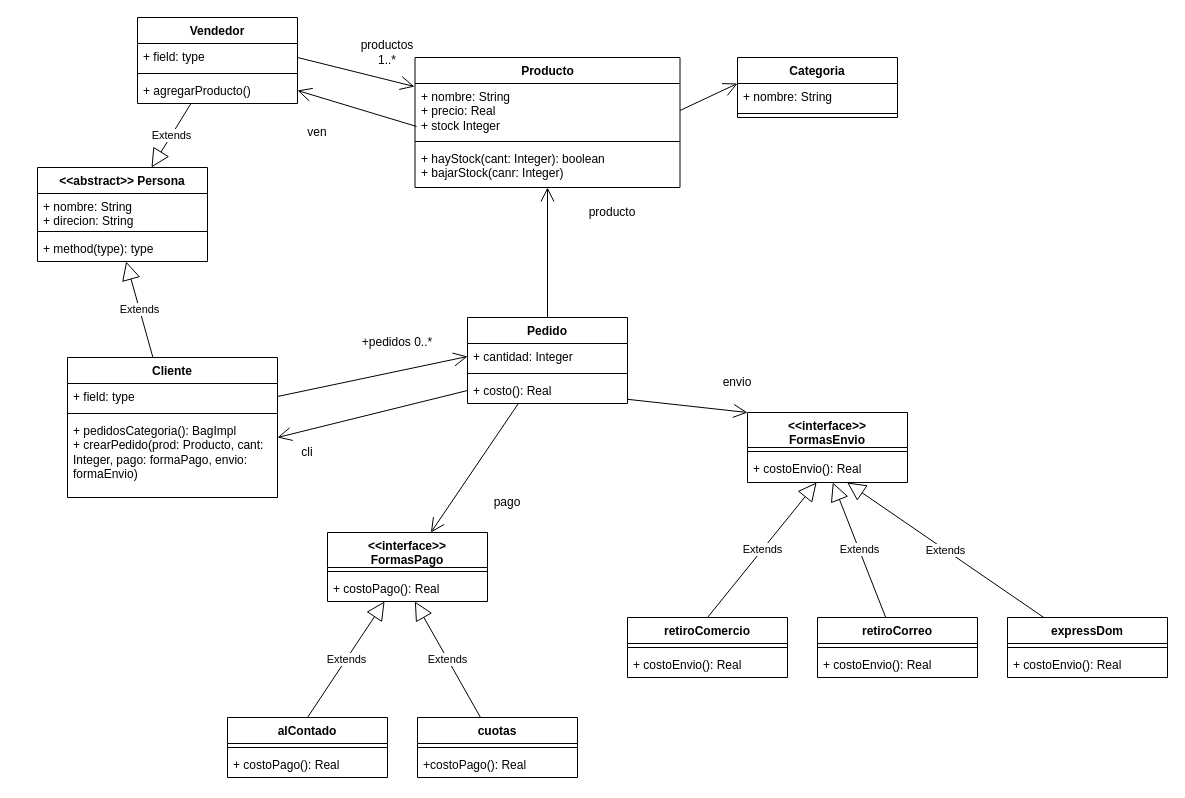
Earlier version of the draw.io diagram ProyMavenBase/P5E23/Ej23.drawio (fremn88/OO1_2024). Source tidied: cells renumbered, new cells numbered last; positions are measured from the earlier drawing's top-left corner, leaving out a move shared by most shapes. Both pictures are drawn from the tidied source at 100%, with x=0, y=0 at pixel (37, 17).
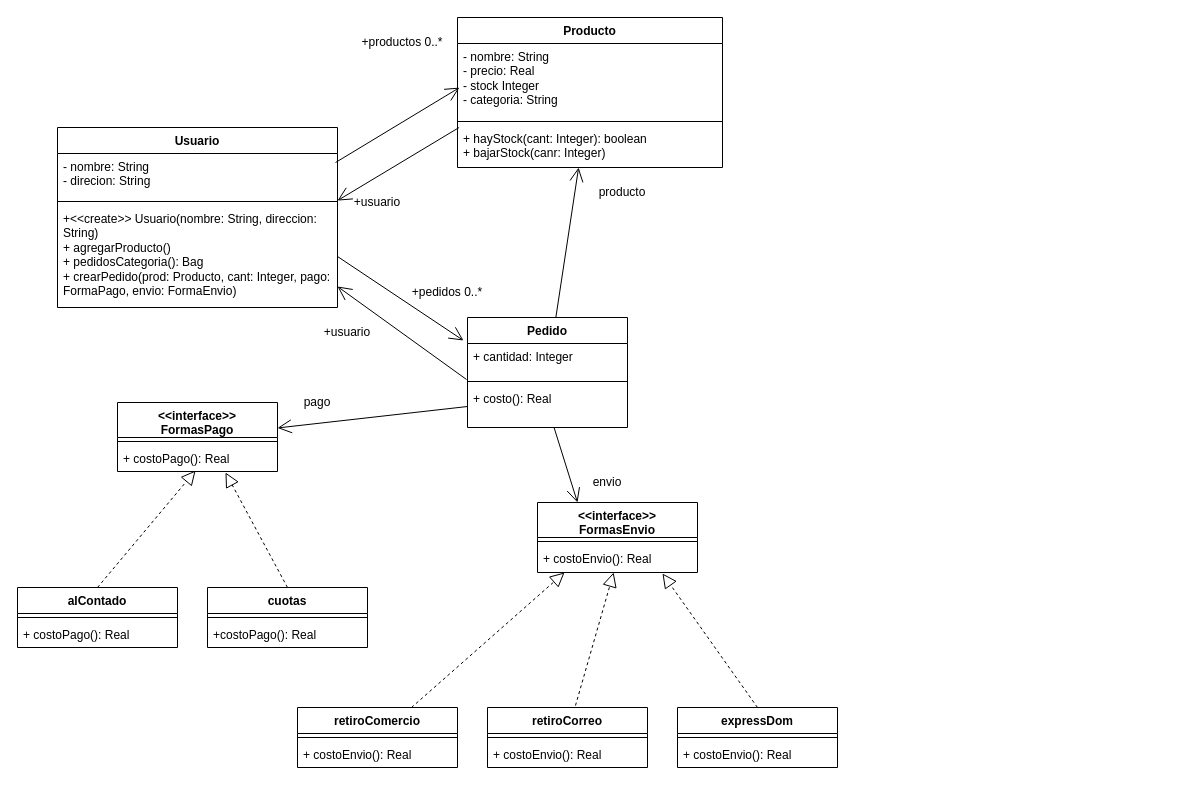
After the change.

Unchanged cells that the change refers to:
```xml
<mxCell id="26" value="+ costoPago(): Real" style="text;strokeColor=none;fillColor=none;align=left;verticalAlign=top;spacingLeft=4;spacingRight=4;overflow=hidden;points=[[0,0.5],[1,0.5]];portConstraint=eastwest;whiteSpace=wrap;html=1;" parent="24" vertex="1">
  <mxGeometry y="43" width="160" height="26" as="geometry" />
</mxCell>
<mxCell id="37" value="+ costoEnvio(): Real" style="text;strokeColor=none;fillColor=none;align=left;verticalAlign=top;spacingLeft=4;spacingRight=4;overflow=hidden;points=[[0,0.5],[1,0.5]];portConstraint=eastwest;whiteSpace=wrap;html=1;" parent="35" vertex="1">
  <mxGeometry y="43" width="160" height="27" as="geometry" />
</mxCell>
```

Change to the diagram source:
```diff
@@
-    <mxCell id="2" value="&amp;lt;&amp;lt;abstract&amp;gt;&amp;gt; Persona" style="swimlane;fontStyle=1;align=center;verticalAlign=top;horizontal=1;startSize=26;whiteSpace=wrap;html=1;" parent="1" vertex="1">
-      <mxGeometry y="150" width="170" height="94" as="geometry" />
+    <mxCell id="2" value="Usuario" style="swimlane;fontStyle=1;align=center;verticalAlign=top;horizontal=1;startSize=26;whiteSpace=wrap;html=1;" parent="1" vertex="1">
+      <mxGeometry x="20" y="110" width="280" height="180" as="geometry" />
     </mxCell>
-    <mxCell id="3" value="+ nombre: String&lt;br&gt;+ direcion: String" style="text;strokeColor=none;fillColor=none;align=left;verticalAlign=top;spacingLeft=4;spacingRight=4;overflow=hidden;points=[[0,0.5],[1,0.5]];portConstraint=eastwest;whiteSpace=wrap;html=1;" parent="2" vertex="1">
-      <mxGeometry y="26" width="170" height="34" as="geometry" />
+    <mxCell id="3" value="- nombre: String&lt;br&gt;- direcion: String" style="text;strokeColor=none;fillColor=none;align=left;verticalAlign=top;spacingLeft=4;spacingRight=4;overflow=hidden;points=[[0,0.5],[1,0.5]];portConstraint=eastwest;whiteSpace=wrap;html=1;" parent="2" vertex="1">
+      <mxGeometry y="26" width="280" height="44" as="geometry" />
     </mxCell>
     <mxCell id="4" style="line;strokeWidth=1;fillColor=none;align=left;verticalAlign=middle;spacingTop=-1;spacingLeft=3;spacingRight=3;labelPosition=right;strokeColor=inherit;" parent="2" vertex="1">
-      <mxGeometry y="60" width="170" height="8" as="geometry" />
+      <mxGeometry y="70" width="280" height="8" as="geometry" />
     </mxCell>
-    <mxCell id="5" value="+ method(type): type" style="text;strokeColor=none;fillColor=none;align=left;verticalAlign=top;spacingLeft=4;spacingRight=4;overflow=hidden;points=[[0,0.5],[1,0.5]];portConstraint=eastwest;whiteSpace=wrap;html=1;" parent="2" vertex="1">
-      <mxGeometry y="68" width="170" height="26" as="geometry" />
+    <mxCell id="5" value="+&amp;lt;&amp;lt;create&amp;gt;&amp;gt; Usuario(nombre: String, direccion: String)&lt;br&gt;+ agregarProducto()&lt;br&gt;+ pedidosCategoria(): Bag&lt;br&gt;+ crearPedido(prod: Producto, cant: Integer, pago: FormaPago, envio: FormaEnvio)" style="text;strokeColor=none;fillColor=none;align=left;verticalAlign=top;spacingLeft=4;spacingRight=4;overflow=hidden;points=[[0,0.5],[1,0.5]];portConstraint=eastwest;whiteSpace=wrap;html=1;" parent="2" vertex="1">
+      <mxGeometry y="78" width="280" height="102" as="geometry" />
     </mxCell>
-    <mxCell id="6" value="Vendedor" style="swimlane;fontStyle=1;align=center;verticalAlign=top;horizontal=1;startSize=26;whiteSpace=wrap;html=1;" parent="1" vertex="1">
-      <mxGeometry x="100" width="160" height="86" as="geometry" />
-    </mxCell>
-    <mxCell id="7" value="+ field: type" style="text;strokeColor=none;fillColor=none;align=left;verticalAlign=top;spacingLeft=4;spacingRight=4;overflow=hidden;points=[[0,0.5],[1,0.5]];portConstraint=eastwest;whiteSpace=wrap;html=1;" parent="6" vertex="1">
-      <mxGeometry y="26" width="160" height="26" as="geometry" />
-    </mxCell>
-    <mxCell id="8" style="line;strokeWidth=1;fillColor=none;align=left;verticalAlign=middle;spacingTop=-1;spacingLeft=3;spacingRight=3;labelPosition=right;strokeColor=inherit;" parent="6" vertex="1">
-      <mxGeometry y="52" width="160" height="8" as="geometry" />
-    </mxCell>
-    <mxCell id="9" value="+ agregarProducto()" style="text;strokeColor=none;fillColor=none;align=left;verticalAlign=top;spacingLeft=4;spacingRight=4;overflow=hidden;points=[[0,0.5],[1,0.5]];portConstraint=eastwest;whiteSpace=wrap;html=1;" parent="6" vertex="1">
-      <mxGeometry y="60" width="160" height="26" as="geometry" />
-    </mxCell>
-    <mxCell id="10" value="Cliente" style="swimlane;fontStyle=1;align=center;verticalAlign=top;horizontal=1;startSize=26;whiteSpace=wrap;html=1;" parent="1" vertex="1">
-      <mxGeometry x="30" y="340" width="210" height="140" as="geometry" />
-    </mxCell>
-    <mxCell id="11" value="+ field: type" style="text;strokeColor=none;fillColor=none;align=left;verticalAlign=top;spacingLeft=4;spacingRight=4;overflow=hidden;points=[[0,0.5],[1,0.5]];portConstraint=eastwest;whiteSpace=wrap;html=1;" parent="10" vertex="1">
-      <mxGeometry y="26" width="210" height="26" as="geometry" />
-    </mxCell>
-    <mxCell id="12" style="line;strokeWidth=1;fillColor=none;align=left;verticalAlign=middle;spacingTop=-1;spacingLeft=3;spacingRight=3;labelPosition=right;strokeColor=inherit;" parent="10" vertex="1">
-      <mxGeometry y="52" width="210" height="8" as="geometry" />
-    </mxCell>
-    <mxCell id="13" value="+ pedidosCategoria(): BagImpl&lt;br&gt;+ crearPedido(prod: Producto, cant: Integer, pago: formaPago, envio: formaEnvio)" style="text;strokeColor=none;fillColor=none;align=left;verticalAlign=top;spacingLeft=4;spacingRight=4;overflow=hidden;whiteSpace=wrap;html=1;" parent="10" vertex="1">
-      <mxGeometry y="60" width="210" height="80" as="geometry" />
-    </mxCell>
-    <mxCell id="14" value="Extends" style="endArrow=block;endSize=16;endFill=0;html=1;rounded=0;" parent="1" edge="1" source="10" target="5">
-      <mxGeometry relative="1" as="geometry" />
-    </mxCell>
-    <mxCell id="15" value="Extends" style="endArrow=block;endSize=16;endFill=0;html=1;rounded=0;" parent="1" edge="1" source="6" target="2">
-      <mxGeometry relative="1" as="geometry" />
-    </mxCell>
     <mxCell id="16" value="Producto" style="swimlane;fontStyle=1;align=center;verticalAlign=top;horizontal=1;startSize=26;whiteSpace=wrap;html=1;" parent="1" vertex="1">
-      <mxGeometry x="377.5" y="40" width="265" height="130" as="geometry" />
+      <mxGeometry x="420" width="265" height="150" as="geometry" />
     </mxCell>
-    <mxCell id="17" value="+ nombre: String&lt;br&gt;+ precio: Real&lt;br&gt;+ stock Integer" style="text;strokeColor=none;fillColor=none;align=left;verticalAlign=top;spacingLeft=4;spacingRight=4;overflow=hidden;points=[[0,0.5],[1,0.5]];portConstraint=eastwest;whiteSpace=wrap;html=1;" parent="16" vertex="1">
-      <mxGeometry y="26" width="265" height="54" as="geometry" />
+    <mxCell id="17" value="- nombre: String&lt;br&gt;- precio: Real&lt;br&gt;- stock Integer&lt;br&gt;- categoria: String" style="text;strokeColor=none;fillColor=none;align=left;verticalAlign=top;spacingLeft=4;spacingRight=4;overflow=hidden;points=[[0,0.5],[1,0.5]];portConstraint=eastwest;whiteSpace=wrap;html=1;" parent="16" vertex="1">
+      <mxGeometry y="26" width="265" height="74" as="geometry" />
     </mxCell>
     <mxCell id="18" style="line;strokeWidth=1;fillColor=none;align=left;verticalAlign=middle;spacingTop=-1;spacingLeft=3;spacingRight=3;labelPosition=right;strokeColor=inherit;" parent="16" vertex="1">
-      <mxGeometry y="80" width="265" height="8" as="geometry" />
+      <mxGeometry y="100" width="265" height="8" as="geometry" />
     </mxCell>
     <mxCell id="19" value="+ hayStock(cant: Integer): boolean&lt;br&gt;+ bajarStock(canr: Integer)" style="text;strokeColor=none;fillColor=none;align=left;verticalAlign=top;spacingLeft=4;spacingRight=4;overflow=hidden;whiteSpace=wrap;html=1;" parent="16" vertex="1">
-      <mxGeometry y="88" width="265" height="42" as="geometry" />
+      <mxGeometry y="108" width="265" height="42" as="geometry" />
     </mxCell>
     <mxCell id="20" value="Pedido" style="swimlane;fontStyle=1;align=center;verticalAlign=top;horizontal=1;startSize=26;whiteSpace=wrap;html=1;" parent="1" vertex="1">
-      <mxGeometry x="430" y="300" width="160" height="86" as="geometry" />
+      <mxGeometry x="430" y="300" width="160" height="110" as="geometry" />
     </mxCell>
     <mxCell id="21" value="+ cantidad: Integer" style="text;strokeColor=none;fillColor=none;align=left;verticalAlign=top;spacingLeft=4;spacingRight=4;overflow=hidden;points=[[0,0.5],[1,0.5]];portConstraint=eastwest;whiteSpace=wrap;html=1;" parent="20" vertex="1">
-      <mxGeometry y="26" width="160" height="26" as="geometry" />
+      <mxGeometry y="26" width="160" height="34" as="geometry" />
     </mxCell>
     <mxCell id="22" style="line;strokeWidth=1;fillColor=none;align=left;verticalAlign=middle;spacingTop=-1;spacingLeft=3;spacingRight=3;labelPosition=right;strokeColor=inherit;" parent="20" vertex="1">
-      <mxGeometry y="52" width="160" height="8" as="geometry" />
+      <mxGeometry y="60" width="160" height="8" as="geometry" />
     </mxCell>
     <mxCell id="23" value="+ costo(): Real" style="text;strokeColor=none;fillColor=none;align=left;verticalAlign=top;spacingLeft=4;spacingRight=4;overflow=hidden;points=[[0,0.5],[1,0.5]];portConstraint=eastwest;whiteSpace=wrap;html=1;" parent="20" vertex="1">
-      <mxGeometry y="60" width="160" height="26" as="geometry" />
+      <mxGeometry y="68" width="160" height="42" as="geometry" />
     </mxCell>
     <mxCell id="24" value="&amp;lt;&amp;lt;interface&amp;gt;&amp;gt; &lt;br&gt;FormasPago" style="swimlane;fontStyle=1;align=center;verticalAlign=top;horizontal=1;startSize=35;whiteSpace=wrap;html=1;" parent="1" vertex="1">
-      <mxGeometry x="290" y="515" width="160" height="69" as="geometry" />
+      <mxGeometry x="80" y="385" width="160" height="69" as="geometry" />
     </mxCell>
@@
     <mxCell id="27" value="alContado" style="swimlane;fontStyle=1;align=center;verticalAlign=top;horizontal=1;startSize=26;whiteSpace=wrap;html=1;" parent="1" vertex="1">
-      <mxGeometry x="190" y="700" width="160" height="60" as="geometry" />
+      <mxGeometry x="-20" y="570" width="160" height="60" as="geometry" />
     </mxCell>
@@
     <mxCell id="30" value="cuotas" style="swimlane;fontStyle=1;align=center;verticalAlign=top;horizontal=1;startSize=26;whiteSpace=wrap;html=1;" parent="1" vertex="1">
-      <mxGeometry x="380" y="700" width="160" height="60" as="geometry" />
+      <mxGeometry x="170" y="570" width="160" height="60" as="geometry" />
     </mxCell>
@@
-    <mxCell id="33" value="Extends" style="endArrow=block;endSize=16;endFill=0;html=1;rounded=0;exitX=0.5;exitY=0;exitDx=0;exitDy=0;" parent="1" edge="1" source="27" target="24">
-      <mxGeometry relative="1" as="geometry" />
-    </mxCell>
-    <mxCell id="34" value="Extends" style="endArrow=block;endSize=16;endFill=0;html=1;rounded=0;" parent="1" edge="1" source="30" target="26">
-      <mxGeometry relative="1" as="geometry" />
-    </mxCell>
     <mxCell id="35" value="&amp;lt;&amp;lt;interface&amp;gt;&amp;gt;&lt;br&gt;FormasEnvio" style="swimlane;fontStyle=1;align=center;verticalAlign=top;horizontal=1;startSize=35;whiteSpace=wrap;html=1;" parent="1" vertex="1">
-      <mxGeometry x="710" y="395" width="160" height="70" as="geometry" />
+      <mxGeometry x="500" y="485" width="160" height="70" as="geometry" />
     </mxCell>
@@
     <mxCell id="38" value="retiroComercio" style="swimlane;fontStyle=1;align=center;verticalAlign=top;horizontal=1;startSize=26;whiteSpace=wrap;html=1;" parent="1" vertex="1">
-      <mxGeometry x="590" y="600" width="160" height="60" as="geometry" />
+      <mxGeometry x="260" y="690" width="160" height="60" as="geometry" />
     </mxCell>
@@
     <mxCell id="41" value="retiroCorreo" style="swimlane;fontStyle=1;align=center;verticalAlign=top;horizontal=1;startSize=26;whiteSpace=wrap;html=1;" parent="1" vertex="1">
-      <mxGeometry x="780" y="600" width="160" height="60" as="geometry" />
+      <mxGeometry x="450" y="690" width="160" height="60" as="geometry" />
     </mxCell>
@@
-    <mxCell id="44" value="Extends" style="endArrow=block;endSize=16;endFill=0;html=1;rounded=0;exitX=0.5;exitY=0;exitDx=0;exitDy=0;" parent="1" edge="1" source="38" target="37">
-      <mxGeometry relative="1" as="geometry" />
-    </mxCell>
-    <mxCell id="45" value="Extends" style="endArrow=block;endSize=16;endFill=0;html=1;rounded=0;" parent="1" edge="1" source="41" target="37">
-      <mxGeometry relative="1" as="geometry" />
-    </mxCell>
     <mxCell id="46" value="expressDom" style="swimlane;fontStyle=1;align=center;verticalAlign=top;horizontal=1;startSize=26;whiteSpace=wrap;html=1;" parent="1" vertex="1">
-      <mxGeometry x="970" y="600" width="160" height="60" as="geometry" />
+      <mxGeometry x="640" y="690" width="160" height="60" as="geometry" />
     </mxCell>
@@
-    <mxCell id="49" value="Extends" style="endArrow=block;endSize=16;endFill=0;html=1;rounded=0;" parent="1" edge="1" source="46" target="37">
-      <mxGeometry relative="1" as="geometry" />
-    </mxCell>
-    <mxCell id="50" style="endArrow=open;endFill=1;endSize=12;html=1;rounded=0;exitX=1;exitY=0.5;exitDx=0;exitDy=0;entryX=0;entryY=0.5;entryDx=0;entryDy=0;" parent="1" edge="1" source="11" target="21">
+    <mxCell id="50" style="endArrow=open;endFill=1;endSize=12;html=1;rounded=0;exitX=1;exitY=0.5;exitDx=0;exitDy=0;entryX=-0.025;entryY=-0.088;entryDx=0;entryDy=0;entryPerimeter=0;" parent="1" edge="1" source="5" target="21">
       <mxGeometry relative="1" as="geometry" />
     </mxCell>
     <mxCell id="51" value="+pedidos 0..*" style="text;strokeColor=none;align=center;fillColor=none;html=1;verticalAlign=middle;whiteSpace=wrap;rounded=0;" parent="1" vertex="1">
-      <mxGeometry x="320" y="310" width="80" height="30" as="geometry" />
+      <mxGeometry x="370" y="260" width="80" height="30" as="geometry" />
     </mxCell>
-    <mxCell id="52" style="endArrow=open;endFill=1;endSize=12;html=1;rounded=0;" parent="1" edge="1" source="20" target="24">
+    <mxCell id="52" style="endArrow=open;endFill=1;endSize=12;html=1;rounded=0;exitX=0;exitY=0.5;exitDx=0;exitDy=0;" parent="1" edge="1" source="23" target="24">
       <mxGeometry relative="1" as="geometry" />
     </mxCell>
     <mxCell id="53" value="pago" style="text;strokeColor=none;align=center;fillColor=none;html=1;verticalAlign=middle;whiteSpace=wrap;rounded=0;" parent="1" vertex="1">
-      <mxGeometry x="440" y="470" width="60" height="30" as="geometry" />
+      <mxGeometry x="250" y="370" width="60" height="30" as="geometry" />
     </mxCell>
@@
     <mxCell id="55" value="producto" style="text;strokeColor=none;align=center;fillColor=none;html=1;verticalAlign=middle;whiteSpace=wrap;rounded=0;" parent="1" vertex="1">
-      <mxGeometry x="530" y="180" width="90" height="30" as="geometry" />
+      <mxGeometry x="540" y="160" width="90" height="30" as="geometry" />
     </mxCell>
-    <mxCell id="56" style="endArrow=open;endFill=1;endSize=12;html=1;rounded=0;entryX=0;entryY=0;entryDx=0;entryDy=0;" parent="1" edge="1" source="23" target="35">
+    <mxCell id="56" style="endArrow=open;endFill=1;endSize=12;html=1;rounded=0;entryX=0.25;entryY=0;entryDx=0;entryDy=0;" parent="1" edge="1" source="23" target="35">
       <mxGeometry relative="1" as="geometry" />
     </mxCell>
     <mxCell id="57" value="envio" style="text;strokeColor=none;align=center;fillColor=none;html=1;verticalAlign=middle;whiteSpace=wrap;rounded=0;" parent="1" vertex="1">
-      <mxGeometry x="670" y="350" width="60" height="30" as="geometry" />
+      <mxGeometry x="540" y="450" width="60" height="30" as="geometry" />
     </mxCell>
-    <mxCell id="58" value="Categoria" style="swimlane;fontStyle=1;align=center;verticalAlign=top;horizontal=1;startSize=26;whiteSpace=wrap;html=1;" parent="1" vertex="1">
-      <mxGeometry x="700" y="40" width="160" height="60" as="geometry" />
-    </mxCell>
-    <mxCell id="59" value="+ nombre: String" style="text;strokeColor=none;fillColor=none;align=left;verticalAlign=top;spacingLeft=4;spacingRight=4;overflow=hidden;points=[[0,0.5],[1,0.5]];portConstraint=eastwest;whiteSpace=wrap;html=1;" parent="58" vertex="1">
-      <mxGeometry y="26" width="160" height="26" as="geometry" />
-    </mxCell>
-    <mxCell id="60" style="line;strokeWidth=1;fillColor=none;align=left;verticalAlign=middle;spacingTop=-1;spacingLeft=3;spacingRight=3;labelPosition=right;strokeColor=inherit;" parent="58" vertex="1">
-      <mxGeometry y="52" width="160" height="8" as="geometry" />
-    </mxCell>
-    <mxCell id="61" style="endArrow=open;endFill=1;endSize=12;html=1;rounded=0;exitX=1;exitY=0.5;exitDx=0;exitDy=0;entryX=0;entryY=0;entryDx=0;entryDy=0;entryPerimeter=0;" parent="1" edge="1" source="17" target="59">
-      <mxGeometry relative="1" as="geometry" />
-    </mxCell>
-    <mxCell id="62" style="endArrow=open;endFill=1;endSize=12;html=1;rounded=0;exitX=1;exitY=0.538;exitDx=0;exitDy=0;exitPerimeter=0;entryX=-0.002;entryY=0.056;entryDx=0;entryDy=0;entryPerimeter=0;" parent="1" edge="1" source="7" target="17">
-      <mxGeometry relative="1" as="geometry" />
+    <mxCell id="62" style="endArrow=open;endFill=1;endSize=12;html=1;rounded=0;entryX=-0.002;entryY=0.056;entryDx=0;entryDy=0;entryPerimeter=0;exitX=0.993;exitY=0.205;exitDx=0;exitDy=0;exitPerimeter=0;" parent="1" edge="1" source="3">
+      <mxGeometry relative="1" as="geometry">
+        <mxPoint x="422" y="70.1" as="targetPoint" />
+      </mxGeometry>
     </mxCell>
-    <mxCell id="63" value="productos 1..*" style="text;strokeColor=none;align=center;fillColor=none;html=1;verticalAlign=middle;whiteSpace=wrap;rounded=0;" parent="1" vertex="1">
-      <mxGeometry x="320" y="20" width="60" height="30" as="geometry" />
+    <mxCell id="63" value="+productos 0..*" style="text;strokeColor=none;align=center;fillColor=none;html=1;verticalAlign=middle;whiteSpace=wrap;rounded=0;" parent="1" vertex="1">
+      <mxGeometry x="320" y="10" width="90" height="30" as="geometry" />
     </mxCell>
-    <mxCell id="64" style="endArrow=open;endFill=1;endSize=12;html=1;rounded=0;exitX=0;exitY=0.5;exitDx=0;exitDy=0;entryX=0;entryY=0;entryDx=0;entryDy=0;" parent="1" edge="1" source="23" target="65">
+    <mxCell id="64" style="endArrow=open;endFill=1;endSize=12;html=1;rounded=0;exitX=-0.006;exitY=1.059;exitDx=0;exitDy=0;entryX=1;entryY=0.794;entryDx=0;entryDy=0;entryPerimeter=0;exitPerimeter=0;" parent="1" edge="1" source="21" target="5">
       <mxGeometry relative="1" as="geometry" />
     </mxCell>
-    <mxCell id="65" value="cli" style="text;strokeColor=none;align=center;fillColor=none;html=1;verticalAlign=middle;whiteSpace=wrap;rounded=0;" parent="1" vertex="1">
-      <mxGeometry x="240" y="420" width="60" height="30" as="geometry" />
-    </mxCell>
-    <mxCell id="66" style="endArrow=open;endFill=1;endSize=12;html=1;rounded=0;entryX=1;entryY=0.5;entryDx=0;entryDy=0;exitX=0.006;exitY=0.796;exitDx=0;exitDy=0;exitPerimeter=0;" parent="1" edge="1" source="17" target="9">
-      <mxGeometry relative="1" as="geometry" />
+    <mxCell id="66" style="endArrow=open;endFill=1;endSize=12;html=1;rounded=0;entryX=1;entryY=0.5;entryDx=0;entryDy=0;exitX=0.006;exitY=0.796;exitDx=0;exitDy=0;exitPerimeter=0;" parent="1" edge="1">
+      <mxGeometry relative="1" as="geometry">
+        <mxPoint x="421.6" y="110" as="sourcePoint" />
+        <mxPoint x="300" y="183.1" as="targetPoint" />
+      </mxGeometry>
     </mxCell>
-    <mxCell id="67" value="ven" style="text;strokeColor=none;align=center;fillColor=none;html=1;verticalAlign=middle;whiteSpace=wrap;rounded=0;" parent="1" vertex="1">
-      <mxGeometry x="250" y="100" width="60" height="30" as="geometry" />
-    </mxCell>
+    <mxCell id="68" value="+usuario" style="text;strokeColor=none;align=center;fillColor=none;html=1;verticalAlign=middle;whiteSpace=wrap;rounded=0;" parent="1" vertex="1">
+      <mxGeometry x="310" y="170" width="60" height="30" as="geometry" />
+    </mxCell>
+    <mxCell id="69" value="+usuario" style="text;strokeColor=none;align=center;fillColor=none;html=1;verticalAlign=middle;whiteSpace=wrap;rounded=0;" parent="1" vertex="1">
+      <mxGeometry x="280" y="300" width="60" height="30" as="geometry" />
+    </mxCell>
+    <mxCell id="70" style="endArrow=block;dashed=1;endFill=0;endSize=12;html=1;rounded=0;entryX=0.488;entryY=0.962;entryDx=0;entryDy=0;entryPerimeter=0;exitX=0.5;exitY=0;exitDx=0;exitDy=0;" parent="1" edge="1" source="27" target="26">
+      <mxGeometry relative="1" as="geometry" />
+    </mxCell>
+    <mxCell id="34" style="endArrow=block;dashed=1;endFill=0;endSize=12;html=1;rounded=0;entryX=0.675;entryY=1.038;entryDx=0;entryDy=0;entryPerimeter=0;exitX=0.5;exitY=0;exitDx=0;exitDy=0;" parent="1" edge="1" source="30" target="26">
+      <mxGeometry relative="1" as="geometry" />
+    </mxCell>
+    <mxCell id="49" style="endArrow=block;dashed=1;endFill=0;endSize=12;html=1;rounded=0;exitX=0.5;exitY=0;exitDx=0;exitDy=0;entryX=0.781;entryY=1.037;entryDx=0;entryDy=0;entryPerimeter=0;" parent="1" edge="1" source="46" target="37">
+      <mxGeometry relative="1" as="geometry" />
+    </mxCell>
+    <mxCell id="45" style="endArrow=block;dashed=1;endFill=0;endSize=12;html=1;rounded=0;exitX=0.55;exitY=-0.033;exitDx=0;exitDy=0;exitPerimeter=0;" parent="1" edge="1" source="41" target="37">
+      <mxGeometry relative="1" as="geometry" />
+    </mxCell>
+    <mxCell id="44" style="endArrow=block;dashed=1;endFill=0;endSize=12;html=1;rounded=0;entryX=0.169;entryY=1;entryDx=0;entryDy=0;entryPerimeter=0;" parent="1" edge="1" source="38" target="37">
+      <mxGeometry relative="1" as="geometry" />
+    </mxCell>
```
